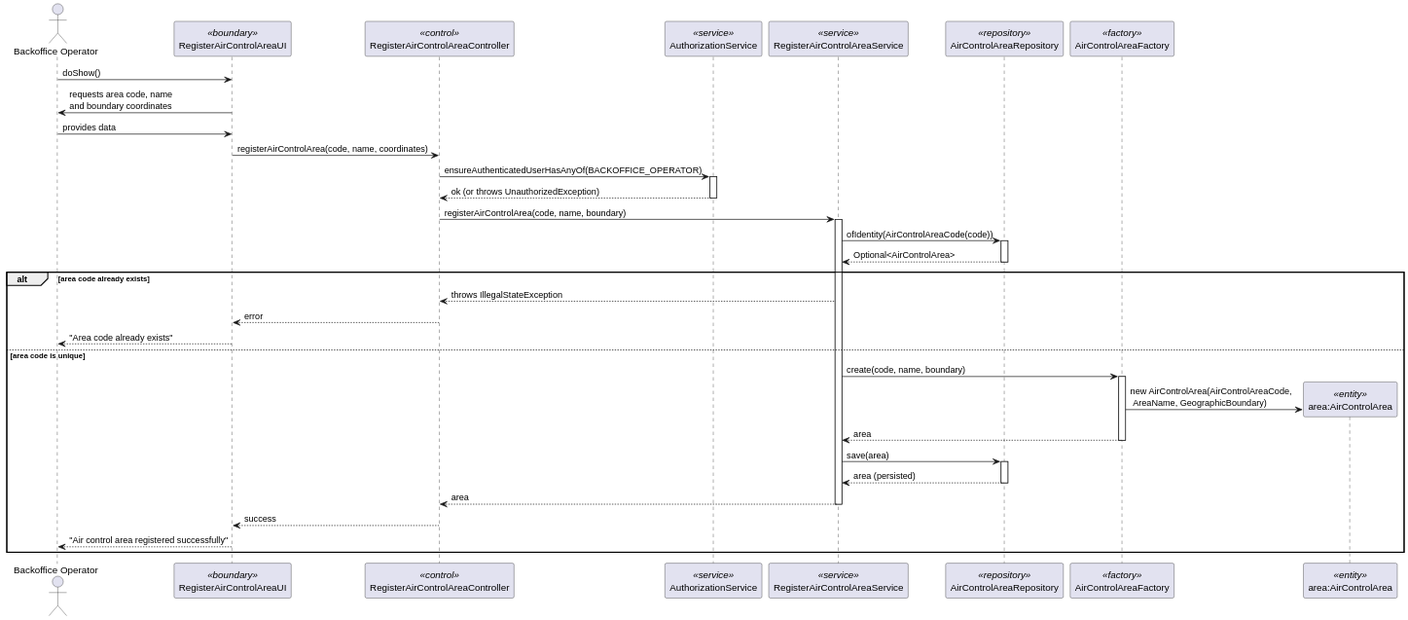
Before: docs/Sprint 2/EAPLI/US050/svg/US050_sequence_diagram.svg, a diagram exported from PlantUML (DuartePinto1240/sem4pi2526-sem4pi2526_2da2).
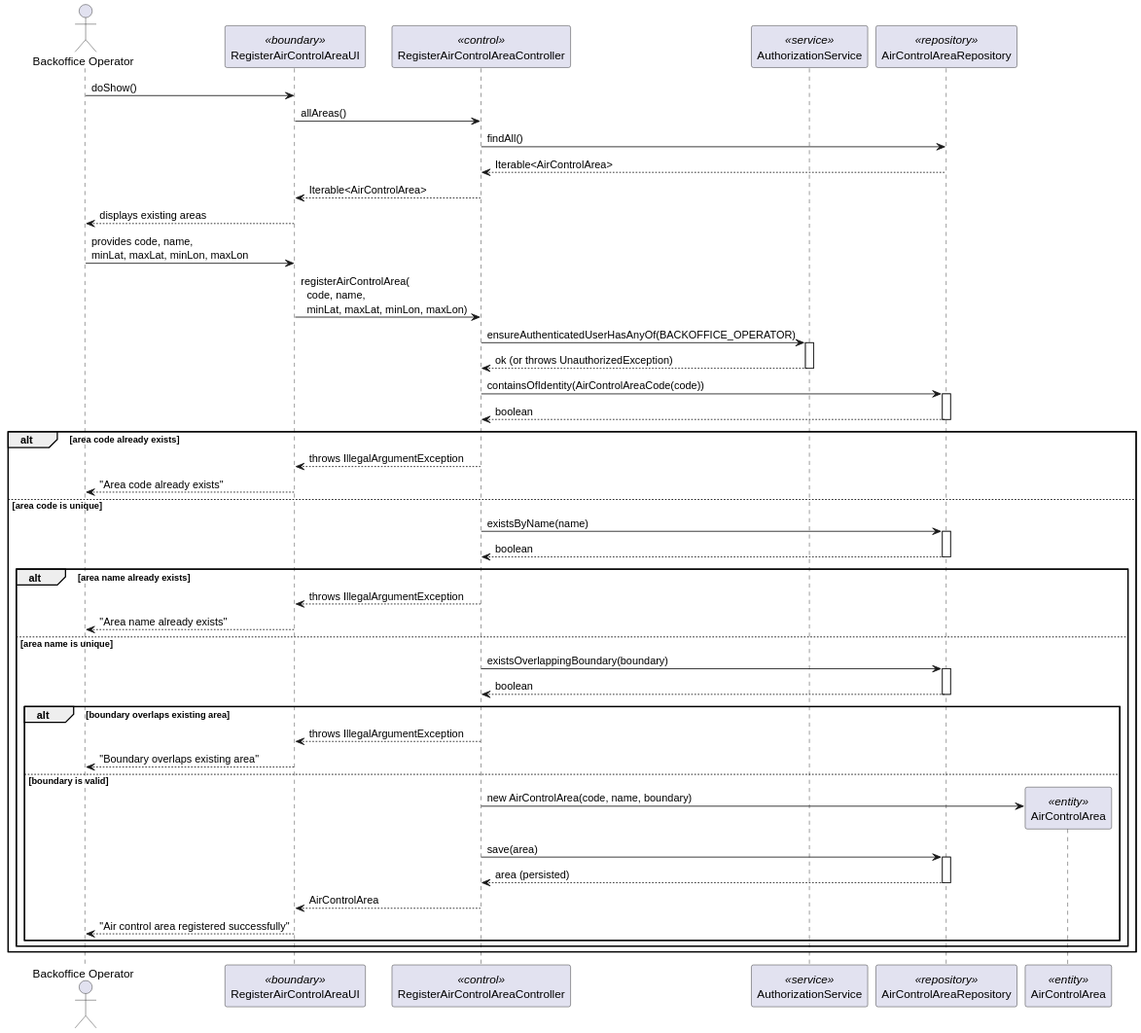
Later version of the same file.

Change to the diagram source:
```diff
@@ -3,51 +3,66 @@
 participant RegisterAirControlAreaUI as UI <<boundary>>
 participant RegisterAirControlAreaController as CTRL <<control>>
 participant AuthorizationService as AUTHZ <<service>>
-participant RegisterAirControlAreaService as SVC <<service>>
 participant AirControlAreaRepository as REPO <<repository>>
-participant AirControlAreaFactory as FACTORY <<factory>>
-participant "area:AirControlArea" as AREA <<entity>>
+participant AirControlArea as AREA <<entity>>
 
 BO -> UI : doShow()
-UI -> BO : requests area code, name\nand boundary coordinates
 
-BO -> UI : provides data
+UI -> CTRL : allAreas()
+CTRL -> REPO : findAll()
+REPO --> CTRL : Iterable<AirControlArea>
+CTRL --> UI : Iterable<AirControlArea>
+UI --> BO : displays existing areas
 
-UI -> CTRL : registerAirControlArea(code, name, coordinates)
+BO -> UI : provides code, name,\nminLat, maxLat, minLon, maxLon
+
+UI -> CTRL : registerAirControlArea(\n  code, name,\n  minLat, maxLat, minLon, maxLon)
 
 CTRL -> AUTHZ : ensureAuthenticatedUserHasAnyOf(BACKOFFICE_OPERATOR)
 activate AUTHZ
 AUTHZ --> CTRL : ok (or throws UnauthorizedException)
 deactivate AUTHZ
 
-CTRL -> SVC : registerAirControlArea(code, name, boundary)
-activate SVC
-
-SVC -> REPO : ofIdentity(AirControlAreaCode(code))
+CTRL -> REPO : containsOfIdentity(AirControlAreaCode(code))
 activate REPO
-REPO --> SVC : Optional<AirControlArea>
+REPO --> CTRL : boolean
 deactivate REPO
 
 alt area code already exists
-  SVC --> CTRL : throws IllegalStateException
-  CTRL --> UI : error
+  CTRL --> UI : throws IllegalArgumentException
   UI --> BO : "Area code already exists"
 else area code is unique
-  SVC -> FACTORY : create(code, name, boundary)
-  activate FACTORY
-  FACTORY -> AREA ** : new AirControlArea(AirControlAreaCode,\n AreaName, GeographicBoundary)
-  FACTORY --> SVC : area
-  deactivate FACTORY
 
-  SVC -> REPO : save(area)
+  CTRL -> REPO : existsByName(name)
   activate REPO
-  REPO --> SVC : area (persisted)
+  REPO --> CTRL : boolean
   deactivate REPO
 
-  SVC --> CTRL : area
-  deactivate SVC
+  alt area name already exists
+    CTRL --> UI : throws IllegalArgumentException
+    UI --> BO : "Area name already exists"
+  else area name is unique
 
-  CTRL --> UI : success
-  UI --> BO : "Air control area registered successfully"
+    CTRL -> REPO : existsOverlappingBoundary(boundary)
+    activate REPO
+    REPO --> CTRL : boolean
+    deactivate REPO
+
+    alt boundary overlaps existing area
+      CTRL --> UI : throws IllegalArgumentException
+      UI --> BO : "Boundary overlaps existing area"
+    else boundary is valid
+
+      CTRL -> AREA ** : new AirControlArea(code, name, boundary)
+
+      CTRL -> REPO : save(area)
+      activate REPO
+      REPO --> CTRL : area (persisted)
+      deactivate REPO
+
+      CTRL --> UI : AirControlArea
+      UI --> BO : "Air control area registered successfully"
+    end
+  end
 end
 @enduml
```
